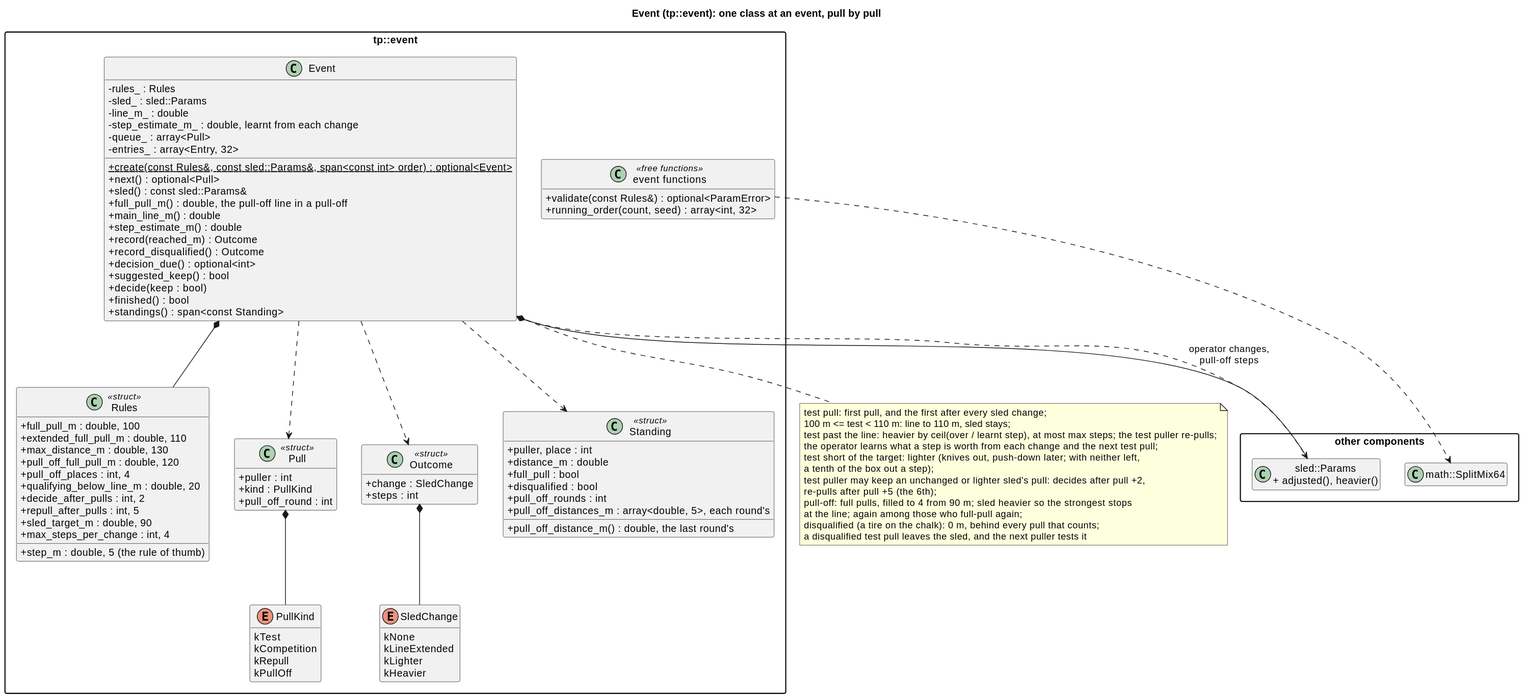
Above: docs/diagrams/svg/event_classes.svg in wversteeg/TractorPulling (PlantUML), before the change.
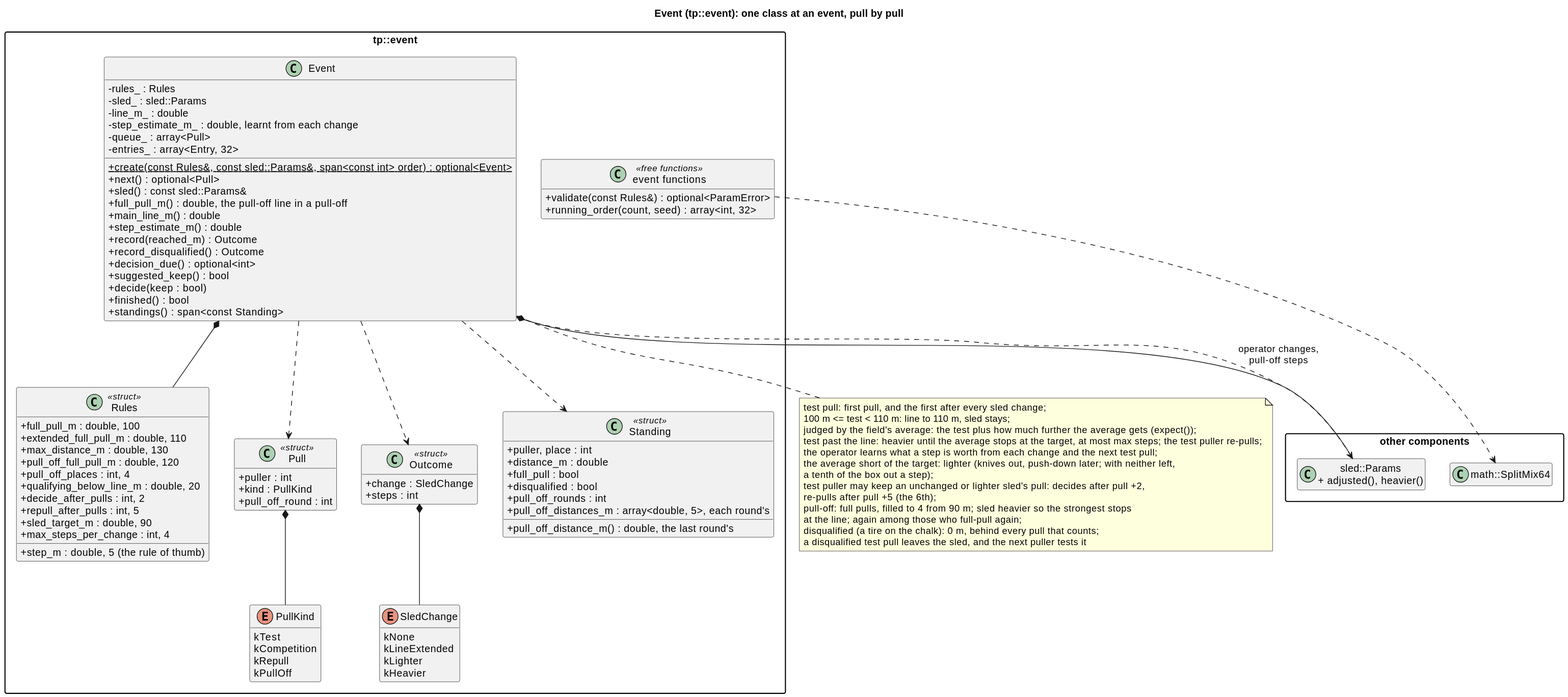
The same file after the commit.

Diff of the diagram source:
```diff
@@ -91,9 +91,10 @@
 note bottom of Event
   test pull: first pull, and the first after every sled change;
   100 m <= test < 110 m: line to 110 m, sled stays;
-  test past the line: heavier by ceil(over / learnt step), at most max steps; the test puller re-pulls;
+  judged by the field's average: the test plus how much further the average gets (expect());
+  test past the line: heavier until the average stops at the target, at most max steps; the test puller re-pulls;
   the operator learns what a step is worth from each change and the next test pull;
-  test short of the target: lighter (knives out, push-down later; with neither left,
+  the average short of the target: lighter (knives out, push-down later; with neither left,
   a tenth of the box out a step);
   test puller may keep an unchanged or lighter sled's pull: decides after pull +2,
   re-pulls after pull +5 (the 6th);
```
